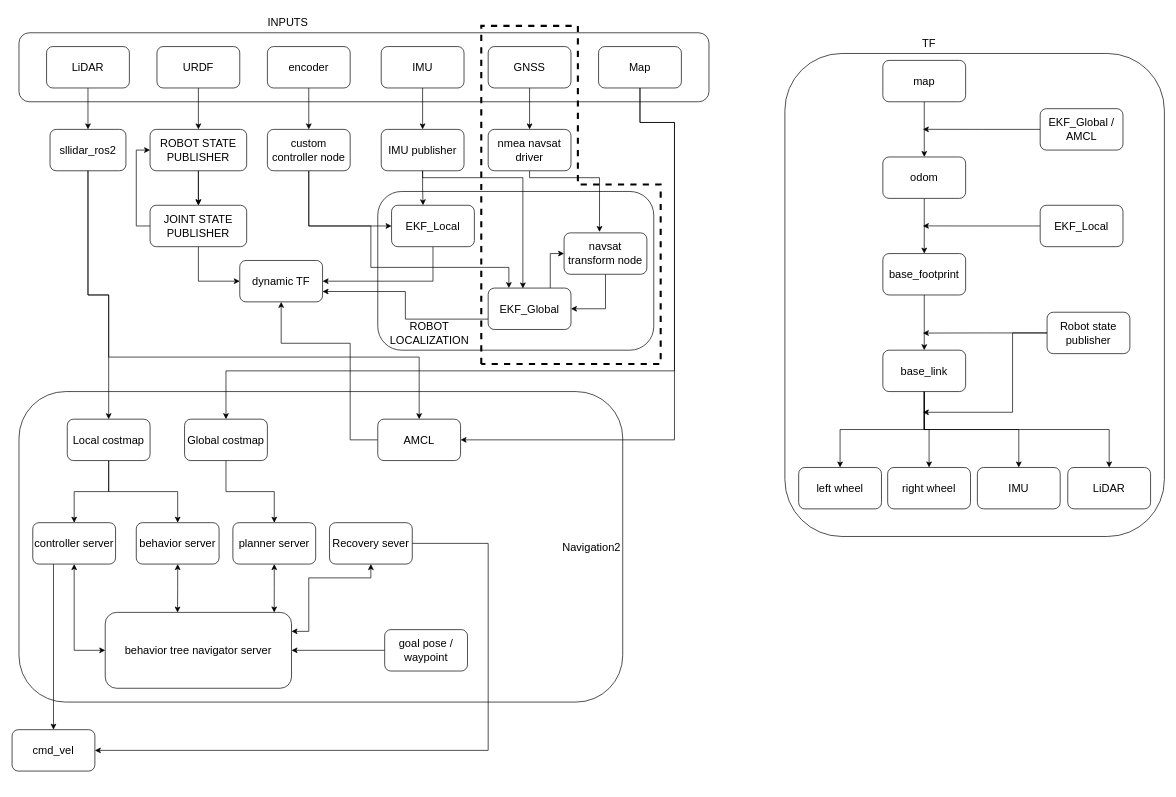
This is navigation.drawio from adands/eddiebot_ros2-backup, a draw.io file, before an edit. Source tidied: cells renumbered, new cells numbered last; positions are measured from the earlier drawing's top-left corner, leaving out a move shared by most shapes. Both pictures are drawn from the tidied source at 69%, with x=0, y=0 at pixel (12, 12).
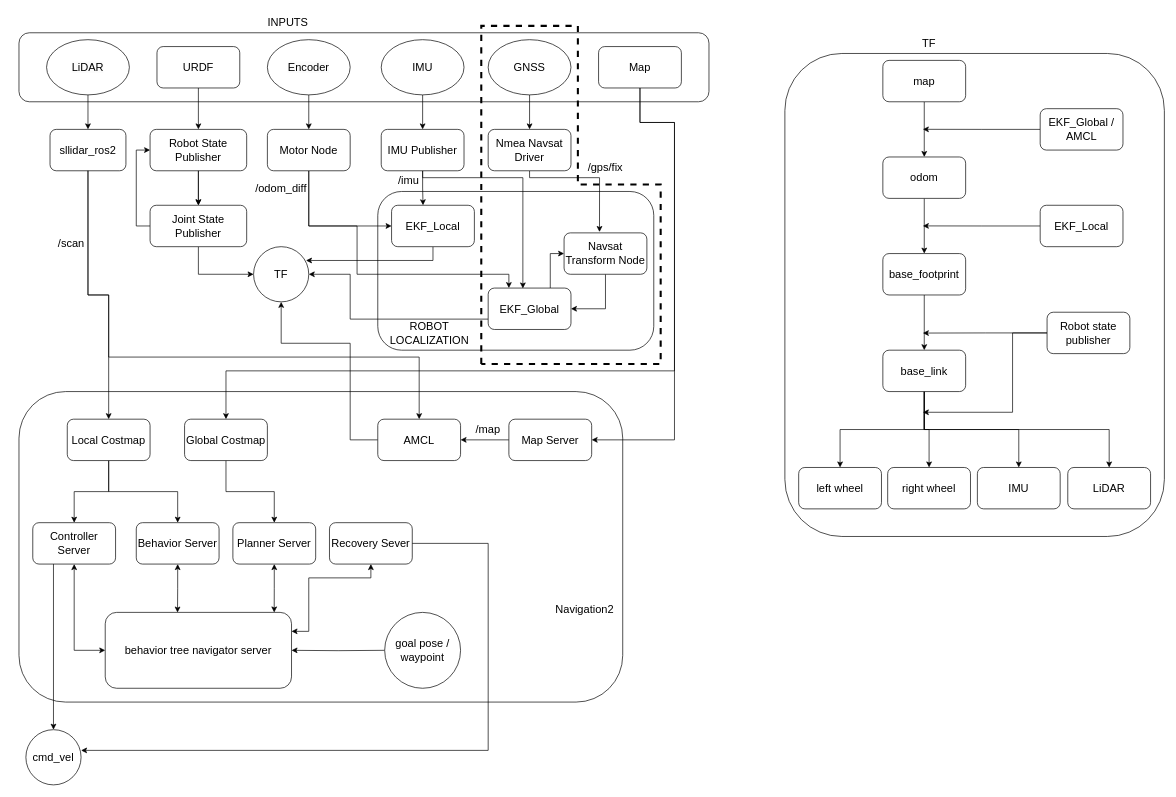
The same diagram, later.

The change refers to these unchanged cells:
```xml
<mxCell id="16" value="EKF_Local" style="rounded=1;whiteSpace=wrap;html=1;fontSize=16;" parent="1" vertex="1">
  <mxGeometry x="550" y="280" width="120" height="60" as="geometry" />
</mxCell>
<mxCell id="26" value="sllidar_ros2" style="whiteSpace=wrap;html=1;rounded=1;fontSize=16;" parent="1" vertex="1">
  <mxGeometry x="55" y="170" width="110" height="60" as="geometry" />
</mxCell>
<mxCell id="38" value="EKF_Global" style="rounded=1;whiteSpace=wrap;html=1;fontSize=16;" parent="1" vertex="1">
  <mxGeometry x="690" y="400" width="120" height="60" as="geometry" />
</mxCell>
<mxCell id="65" value="Map" style="rounded=1;whiteSpace=wrap;html=1;fontSize=16;" parent="1" vertex="1">
  <mxGeometry x="850" y="50" width="120" height="60" as="geometry" />
</mxCell>
<mxCell id="79" value="behavior tree navigator server" style="rounded=1;whiteSpace=wrap;html=1;fontSize=16;" parent="1" vertex="1">
  <mxGeometry x="135" y="870" width="270" height="110" as="geometry" />
</mxCell>
<mxCell id="81" value="AMCL" style="rounded=1;whiteSpace=wrap;html=1;fontSize=16;" parent="1" vertex="1">
  <mxGeometry x="530" y="590" width="120" height="60" as="geometry" />
</mxCell>
```

Change to the diagram source:
```diff
@@
-    <mxCell id="4" style="edgeStyle=orthogonalEdgeStyle;rounded=0;jettySize=auto;html=1;exitX=0.5;exitY=1;exitDx=0;exitDy=0;entryX=0.5;entryY=0;entryDx=0;entryDy=0;fontSize=16;" parent="1" edge="1" source="5" target="14">
+    <mxCell id="4" style="edgeStyle=orthogonalEdgeStyle;rounded=0;jettySize=auto;html=1;exitX=0.5;exitY=1;exitDx=0;exitDy=0;entryX=0.5;entryY=0;entryDx=0;entryDy=0;fontSize=16;" parent="1" edge="1" source="93" target="14">
       <mxGeometry relative="1" as="geometry" />
     </mxCell>
-    <mxCell id="5" value="encoder" style="rounded=1;whiteSpace=wrap;html=1;fontSize=16;" parent="1" vertex="1">
-      <mxGeometry x="370" y="50" width="120" height="60" as="geometry" />
-    </mxCell>
-    <mxCell id="6" style="edgeStyle=orthogonalEdgeStyle;rounded=0;jettySize=auto;html=1;fontSize=16;" parent="1" edge="1" source="7" target="21">
+    <mxCell id="6" style="edgeStyle=orthogonalEdgeStyle;rounded=0;jettySize=auto;html=1;fontSize=16;exitX=0.5;exitY=1;exitDx=0;exitDy=0;" parent="1" edge="1" source="7" target="21">
       <mxGeometry relative="1" as="geometry" />
     </mxCell>
-    <mxCell id="7" value="IMU" style="rounded=1;whiteSpace=wrap;html=1;fontSize=16;" parent="1" vertex="1">
-      <mxGeometry x="535" y="50" width="120" height="60" as="geometry" />
-    </mxCell>
-    <mxCell id="8" style="edgeStyle=orthogonalEdgeStyle;rounded=0;jettySize=auto;html=1;fontSize=16;" parent="1" edge="1" source="9" target="26">
+    <mxCell id="8" style="edgeStyle=orthogonalEdgeStyle;rounded=0;jettySize=auto;html=1;fontSize=16;exitX=0.5;exitY=1;exitDx=0;exitDy=0;" parent="1" edge="1" source="9" target="26">
       <mxGeometry relative="1" as="geometry" />
     </mxCell>
-    <mxCell id="9" value="LiDAR" style="rounded=1;whiteSpace=wrap;html=1;fontSize=16;" parent="1" vertex="1">
-      <mxGeometry x="50" y="50" width="120" height="60" as="geometry" />
-    </mxCell>
@@
     <mxCell id="13" style="edgeStyle=orthogonalEdgeStyle;rounded=0;jettySize=auto;html=1;exitX=0.5;exitY=1;exitDx=0;exitDy=0;entryX=0.25;entryY=0;entryDx=0;entryDy=0;fontSize=16;" parent="1" edge="1" source="14" target="38">
       <mxGeometry relative="1" as="geometry">
         <Array as="points">
           <mxPoint x="430" y="310" />
-          <mxPoint x="520" y="310" />
-          <mxPoint x="520" y="370" />
-          <mxPoint x="720" y="370" />
+          <mxPoint x="500" y="310" />
+          <mxPoint x="500" y="380" />
+          <mxPoint x="720" y="380" />
         </Array>
       </mxGeometry>
     </mxCell>
-    <mxCell id="14" value="custom controller node" style="whiteSpace=wrap;html=1;rounded=1;fontSize=16;" parent="1" vertex="1">
+    <mxCell id="14" value="Motor Node" style="whiteSpace=wrap;html=1;rounded=1;fontSize=16;" parent="1" vertex="1">
       <mxGeometry x="370" y="170" width="120" height="60" as="geometry" />
     </mxCell>
-    <mxCell id="15" style="edgeStyle=orthogonalEdgeStyle;rounded=0;jettySize=auto;html=1;exitX=0.5;exitY=1;exitDx=0;exitDy=0;entryX=1;entryY=0.5;entryDx=0;entryDy=0;fontSize=16;" parent="1" edge="1" source="16" target="57">
+    <mxCell id="15" style="edgeStyle=orthogonalEdgeStyle;rounded=0;jettySize=auto;html=1;exitX=0.5;exitY=1;exitDx=0;exitDy=0;entryX=0.95;entryY=0.25;entryDx=0;entryDy=0;fontSize=16;entryPerimeter=0;" parent="1" edge="1" source="16" target="94">
       <mxGeometry relative="1" as="geometry" />
     </mxCell>
@@
-    <mxCell id="21" value="IMU publisher" style="whiteSpace=wrap;html=1;rounded=1;fontSize=16;" parent="1" vertex="1">
+    <mxCell id="21" value="IMU Publisher" style="whiteSpace=wrap;html=1;rounded=1;fontSize=16;" parent="1" vertex="1">
       <mxGeometry x="535" y="170" width="120" height="60" as="geometry" />
     </mxCell>
@@
-    <mxCell id="23" value="ROBOT STATE PUBLISHER" style="whiteSpace=wrap;html=1;rounded=1;fontSize=16;" parent="1" vertex="1">
+    <mxCell id="23" value="Robot State Publisher" style="whiteSpace=wrap;html=1;rounded=1;fontSize=16;" parent="1" vertex="1">
       <mxGeometry x="200" y="170" width="140" height="60" as="geometry" />
     </mxCell>
@@
-    <mxCell id="28" style="edgeStyle=orthogonalEdgeStyle;rounded=0;jettySize=auto;html=1;exitX=0.5;exitY=1;exitDx=0;exitDy=0;entryX=0;entryY=0.5;entryDx=0;entryDy=0;fontSize=16;" parent="1" edge="1" source="29" target="57">
+    <mxCell id="28" style="edgeStyle=orthogonalEdgeStyle;rounded=0;jettySize=auto;html=1;exitX=0.5;exitY=1;exitDx=0;exitDy=0;entryX=0;entryY=0.5;entryDx=0;entryDy=0;fontSize=16;" parent="1" edge="1" source="29" target="94">
       <mxGeometry relative="1" as="geometry" />
     </mxCell>
-    <mxCell id="29" value="JOINT STATE PUBLISHER" style="whiteSpace=wrap;html=1;rounded=1;fontSize=16;" parent="1" vertex="1">
+    <mxCell id="29" value="Joint State Publisher" style="whiteSpace=wrap;html=1;rounded=1;fontSize=16;" parent="1" vertex="1">
       <mxGeometry x="200" y="280" width="140" height="60" as="geometry" />
     </mxCell>
@@
-    <mxCell id="31" value="GNSS" style="rounded=1;whiteSpace=wrap;html=1;fontSize=16;" parent="1" vertex="1">
-      <mxGeometry x="690" y="50" width="120" height="60" as="geometry" />
-    </mxCell>
@@
-    <mxCell id="33" value="nmea navsat driver" style="rounded=1;whiteSpace=wrap;html=1;fontSize=16;" parent="1" vertex="1">
+    <mxCell id="33" value="Nmea Navsat Driver" style="rounded=1;whiteSpace=wrap;html=1;fontSize=16;" parent="1" vertex="1">
       <mxGeometry x="690" y="170" width="120" height="60" as="geometry" />
     </mxCell>
@@
-    <mxCell id="35" value="navsat transform node" style="rounded=1;whiteSpace=wrap;html=1;fontSize=16;" parent="1" vertex="1">
+    <mxCell id="35" value="Navsat Transform Node" style="rounded=1;whiteSpace=wrap;html=1;fontSize=16;" parent="1" vertex="1">
       <mxGeometry x="800" y="320" width="120" height="60" as="geometry" />
     </mxCell>
@@
-    <mxCell id="37" style="edgeStyle=orthogonalEdgeStyle;rounded=0;jettySize=auto;html=1;exitX=0;exitY=0.75;exitDx=0;exitDy=0;entryX=1;entryY=0.75;entryDx=0;entryDy=0;" parent="1" edge="1" source="38" target="57">
-      <mxGeometry relative="1" as="geometry" />
+    <mxCell id="37" style="edgeStyle=orthogonalEdgeStyle;rounded=0;jettySize=auto;html=1;exitX=0;exitY=0.75;exitDx=0;exitDy=0;entryX=1;entryY=0.5;entryDx=0;entryDy=0;" parent="1" edge="1" source="38" target="94">
+      <mxGeometry relative="1" as="geometry">
+        <Array as="points">
+          <mxPoint x="490" y="445" />
+          <mxPoint x="490" y="380" />
+        </Array>
+      </mxGeometry>
     </mxCell>
@@
-    <mxCell id="57" value="dynamic TF" style="rounded=1;whiteSpace=wrap;html=1;fontSize=16;" parent="1" vertex="1">
-      <mxGeometry x="330" y="360" width="120" height="60" as="geometry" />
-    </mxCell>
@@
-    <mxCell id="59" value="Global costmap" style="rounded=1;whiteSpace=wrap;html=1;fontSize=16;" parent="1" vertex="1">
+    <mxCell id="59" value="Global Costmap" style="rounded=1;whiteSpace=wrap;html=1;fontSize=16;" parent="1" vertex="1">
       <mxGeometry x="250" y="590" width="120" height="60" as="geometry" />
     </mxCell>
@@
-    <mxCell id="62" value="Local costmap" style="rounded=1;whiteSpace=wrap;html=1;fontSize=16;" parent="1" vertex="1">
+    <mxCell id="62" value="Local Costmap" style="rounded=1;whiteSpace=wrap;html=1;fontSize=16;" parent="1" vertex="1">
       <mxGeometry x="80" y="590" width="120" height="60" as="geometry" />
     </mxCell>
@@
-    <mxCell id="64" style="edgeStyle=orthogonalEdgeStyle;rounded=0;jettySize=auto;html=1;exitX=0.5;exitY=1;exitDx=0;exitDy=0;entryX=1;entryY=0.5;entryDx=0;entryDy=0;" parent="1" edge="1" source="65" target="81">
+    <mxCell id="64" style="edgeStyle=orthogonalEdgeStyle;rounded=0;jettySize=auto;html=1;exitX=0.5;exitY=1;exitDx=0;exitDy=0;" parent="1" edge="1" source="65" target="100">
       <mxGeometry relative="1" as="geometry">
         <Array as="points">
           <mxPoint x="910" y="160" />
           <mxPoint x="960" y="160" />
           <mxPoint x="960" y="620" />
         </Array>
       </mxGeometry>
     </mxCell>
@@
-    <mxCell id="67" style="edgeStyle=orthogonalEdgeStyle;rounded=0;jettySize=auto;html=1;exitX=0;exitY=0.5;exitDx=0;exitDy=0;entryX=1;entryY=0.5;entryDx=0;entryDy=0;" parent="1" edge="1" source="68" target="79">
-      <mxGeometry relative="1" as="geometry" />
+    <mxCell id="67" style="edgeStyle=orthogonalEdgeStyle;rounded=0;jettySize=auto;html=1;exitX=0;exitY=0.5;exitDx=0;exitDy=0;entryX=1;entryY=0.5;entryDx=0;entryDy=0;" parent="1" edge="1" target="79">
+      <mxGeometry relative="1" as="geometry">
+        <mxPoint x="540" y="925" as="sourcePoint" />
+      </mxGeometry>
     </mxCell>
-    <mxCell id="68" value="goal pose /&lt;div&gt;waypoint&lt;/div&gt;" style="rounded=1;whiteSpace=wrap;html=1;fontSize=16;" parent="1" vertex="1">
-      <mxGeometry x="540" y="895" width="120" height="60" as="geometry" />
-    </mxCell>
-    <mxCell id="69" value="cmd_vel" style="rounded=1;whiteSpace=wrap;html=1;fontSize=16;" parent="1" vertex="1">
-      <mxGeometry y="1040" width="120" height="60" as="geometry" />
-    </mxCell>
@@
-    <mxCell id="71" value="Recovery sever" style="rounded=1;whiteSpace=wrap;html=1;fontSize=16;" parent="1" vertex="1">
+    <mxCell id="71" value="Recovery Sever" style="rounded=1;whiteSpace=wrap;html=1;fontSize=16;" parent="1" vertex="1">
       <mxGeometry x="460" y="740" width="120" height="60" as="geometry" />
     </mxCell>
@@
-    <mxCell id="73" value="planner server" style="rounded=1;whiteSpace=wrap;html=1;fontSize=16;" parent="1" vertex="1">
+    <mxCell id="73" value="Planner S&lt;span style=&quot;background-color: transparent; color: light-dark(rgb(0, 0, 0), rgb(255, 255, 255));&quot;&gt;erver&lt;/span&gt;" style="rounded=1;whiteSpace=wrap;html=1;fontSize=16;" parent="1" vertex="1">
       <mxGeometry x="320" y="740" width="120" height="60" as="geometry" />
     </mxCell>
@@
-    <mxCell id="75" value="behavior server" style="rounded=1;whiteSpace=wrap;html=1;fontSize=16;" parent="1" vertex="1">
+    <mxCell id="75" value="Behavior Server" style="rounded=1;whiteSpace=wrap;html=1;fontSize=16;" parent="1" vertex="1">
       <mxGeometry x="180" y="740" width="120" height="60" as="geometry" />
     </mxCell>
@@
     <mxCell id="77" style="edgeStyle=orthogonalEdgeStyle;rounded=0;jettySize=auto;html=1;exitX=0.25;exitY=1;exitDx=0;exitDy=0;entryX=0.5;entryY=0;entryDx=0;entryDy=0;" parent="1" edge="1" source="78" target="69">
-      <mxGeometry relative="1" as="geometry">
-        <Array as="points">
-          <mxPoint x="60" y="1040" />
-        </Array>
-      </mxGeometry>
+      <mxGeometry relative="1" as="geometry" />
     </mxCell>
-    <mxCell id="78" value="controller server" style="rounded=1;whiteSpace=wrap;html=1;fontSize=16;" parent="1" vertex="1">
+    <mxCell id="78" value="Controller Server" style="rounded=1;whiteSpace=wrap;html=1;fontSize=16;" parent="1" vertex="1">
       <mxGeometry x="30" y="740" width="120" height="60" as="geometry" />
     </mxCell>
@@
-    <mxCell id="80" style="edgeStyle=orthogonalEdgeStyle;rounded=0;jettySize=auto;html=1;exitX=0;exitY=0.5;exitDx=0;exitDy=0;entryX=0.5;entryY=1;entryDx=0;entryDy=0;strokeColor=default;strokeWidth=1;" parent="1" edge="1" source="81" target="57">
+    <mxCell id="80" style="edgeStyle=orthogonalEdgeStyle;rounded=0;jettySize=auto;html=1;exitX=0;exitY=0.5;exitDx=0;exitDy=0;entryX=0.5;entryY=1;entryDx=0;entryDy=0;strokeColor=default;strokeWidth=1;" parent="1" edge="1" source="81" target="94">
       <mxGeometry relative="1" as="geometry">
         <Array as="points">
           <mxPoint x="490" y="620" />
           <mxPoint x="490" y="480" />
           <mxPoint x="390" y="480" />
         </Array>
       </mxGeometry>
     </mxCell>
@@
-    <mxCell id="91" style="endArrow=classic;html=1;rounded=0;exitX=1;exitY=0.5;exitDx=0;exitDy=0;entryX=1;entryY=0.5;entryDx=0;entryDy=0;" parent="1" edge="1" source="71" target="69">
+    <mxCell id="91" style="endArrow=classic;html=1;rounded=0;exitX=1;exitY=0.5;exitDx=0;exitDy=0;entryX=1;entryY=0.375;entryDx=0;entryDy=0;entryPerimeter=0;" parent="1" edge="1" source="71" target="69">
       <mxGeometry relative="1" as="geometry">
         <Array as="points">
           <mxPoint x="690" y="770" />
           <mxPoint x="690" y="1070" />
         </Array>
       </mxGeometry>
     </mxCell>
     <mxCell id="92" value="&lt;font style=&quot;font-size: 16px;&quot;&gt;Navigation2&lt;/font&gt;" style="text;html=1;align=center;verticalAlign=middle;whiteSpace=wrap;rounded=0;" parent="1" vertex="1">
-      <mxGeometry x="810" y="760" width="60" height="30" as="geometry" />
+      <mxGeometry x="800" y="850" width="60" height="30" as="geometry" />
     </mxCell>
+    <mxCell id="31" value="&lt;span style=&quot;font-size: 16px;&quot;&gt;GNSS&lt;/span&gt;" style="ellipse;whiteSpace=wrap;html=1;" parent="1" vertex="1">
+      <mxGeometry x="690" y="40" width="120" height="80" as="geometry" />
+    </mxCell>
+    <mxCell id="7" value="&lt;span style=&quot;font-size: 16px;&quot;&gt;IMU&lt;/span&gt;" style="ellipse;whiteSpace=wrap;html=1;" parent="1" vertex="1">
+      <mxGeometry x="535" y="40" width="120" height="80" as="geometry" />
+    </mxCell>
+    <mxCell id="93" value="&lt;span style=&quot;color: rgb(0, 0, 0); font-family: Helvetica; font-size: 16px; font-style: normal; font-variant-ligatures: normal; font-variant-caps: normal; font-weight: 400; letter-spacing: normal; orphans: 2; text-align: center; text-indent: 0px; text-transform: none; widows: 2; word-spacing: 0px; -webkit-text-stroke-width: 0px; white-space: normal; background-color: rgb(251, 251, 251); text-decoration-thickness: initial; text-decoration-style: initial; text-decoration-color: initial; float: none; display: inline !important;&quot;&gt;Encoder&lt;/span&gt;" style="ellipse;whiteSpace=wrap;html=1;" parent="1" vertex="1">
+      <mxGeometry x="370" y="40" width="120" height="80" as="geometry" />
+    </mxCell>
+    <mxCell id="9" value="&lt;span style=&quot;color: rgb(0, 0, 0); font-family: Helvetica; font-size: 16px; font-style: normal; font-variant-ligatures: normal; font-variant-caps: normal; font-weight: 400; letter-spacing: normal; orphans: 2; text-align: center; text-indent: 0px; text-transform: none; widows: 2; word-spacing: 0px; -webkit-text-stroke-width: 0px; white-space: normal; background-color: rgb(251, 251, 251); text-decoration-thickness: initial; text-decoration-style: initial; text-decoration-color: initial; float: none; display: inline !important;&quot;&gt;LiDAR&lt;/span&gt;" style="ellipse;whiteSpace=wrap;html=1;" parent="1" vertex="1">
+      <mxGeometry x="50" y="40" width="120" height="80" as="geometry" />
+    </mxCell>
+    <mxCell id="69" value="&lt;span style=&quot;font-size: 16px;&quot;&gt;cmd_vel&lt;/span&gt;" style="ellipse;whiteSpace=wrap;html=1;" parent="1" vertex="1">
+      <mxGeometry x="20" y="1040" width="80" height="80" as="geometry" />
+    </mxCell>
+    <mxCell id="94" value="&lt;span style=&quot;font-size: 16px;&quot;&gt;TF&lt;/span&gt;" style="ellipse;whiteSpace=wrap;html=1;" parent="1" vertex="1">
+      <mxGeometry x="350" y="340" width="80" height="80" as="geometry" />
+    </mxCell>
+    <mxCell id="95" value="&lt;font style=&quot;font-size: 16px;&quot;&gt;/scan&lt;/font&gt;" style="text;html=1;align=center;verticalAlign=middle;whiteSpace=wrap;rounded=0;" parent="1" vertex="1">
+      <mxGeometry x="56" y="320" width="60" height="30" as="geometry" />
+    </mxCell>
+    <mxCell id="96" value="&lt;font style=&quot;font-size: 16px;&quot;&gt;/imu&lt;/font&gt;" style="text;html=1;align=center;verticalAlign=middle;whiteSpace=wrap;rounded=0;" parent="1" vertex="1">
+      <mxGeometry x="545" y="228" width="60" height="30" as="geometry" />
+    </mxCell>
+    <mxCell id="97" value="&lt;font style=&quot;font-size: 16px;&quot;&gt;/odom_diff&lt;/font&gt;" style="text;html=1;align=center;verticalAlign=middle;whiteSpace=wrap;rounded=0;" parent="1" vertex="1">
+      <mxGeometry x="345" y="240" width="90" height="30" as="geometry" />
+    </mxCell>
+    <mxCell id="98" value="&lt;font style=&quot;font-size: 16px;&quot;&gt;/gps/fix&lt;/font&gt;" style="text;html=1;align=center;verticalAlign=middle;whiteSpace=wrap;rounded=0;" parent="1" vertex="1">
+      <mxGeometry x="830" y="210" width="60" height="30" as="geometry" />
+    </mxCell>
+    <mxCell id="99" style="edgeStyle=orthogonalEdgeStyle;rounded=0;jettySize=auto;html=1;exitX=0;exitY=0.5;exitDx=0;exitDy=0;entryX=1;entryY=0.5;entryDx=0;entryDy=0;" parent="1" edge="1" source="100" target="81">
+      <mxGeometry relative="1" as="geometry" />
+    </mxCell>
+    <mxCell id="100" value="&lt;font style=&quot;font-size: 16px;&quot;&gt;Map Server&lt;/font&gt;" style="rounded=1;whiteSpace=wrap;html=1;" parent="1" vertex="1">
+      <mxGeometry x="720" y="590" width="120" height="60" as="geometry" />
+    </mxCell>
+    <mxCell id="101" value="&lt;font style=&quot;font-size: 16px;&quot;&gt;/map&lt;/font&gt;" style="text;html=1;align=center;verticalAlign=middle;whiteSpace=wrap;rounded=0;" parent="1" vertex="1">
+      <mxGeometry x="660" y="590" width="60" height="30" as="geometry" />
+    </mxCell>
+    <mxCell id="68" value="&lt;span style=&quot;font-size: 16px;&quot;&gt;goal pose /&lt;/span&gt;&lt;div style=&quot;font-size: 16px;&quot;&gt;waypoint&lt;/div&gt;" style="ellipse;whiteSpace=wrap;html=1;" parent="1" vertex="1">
+      <mxGeometry x="540" y="870" width="110" height="110" as="geometry" />
+    </mxCell>
```
